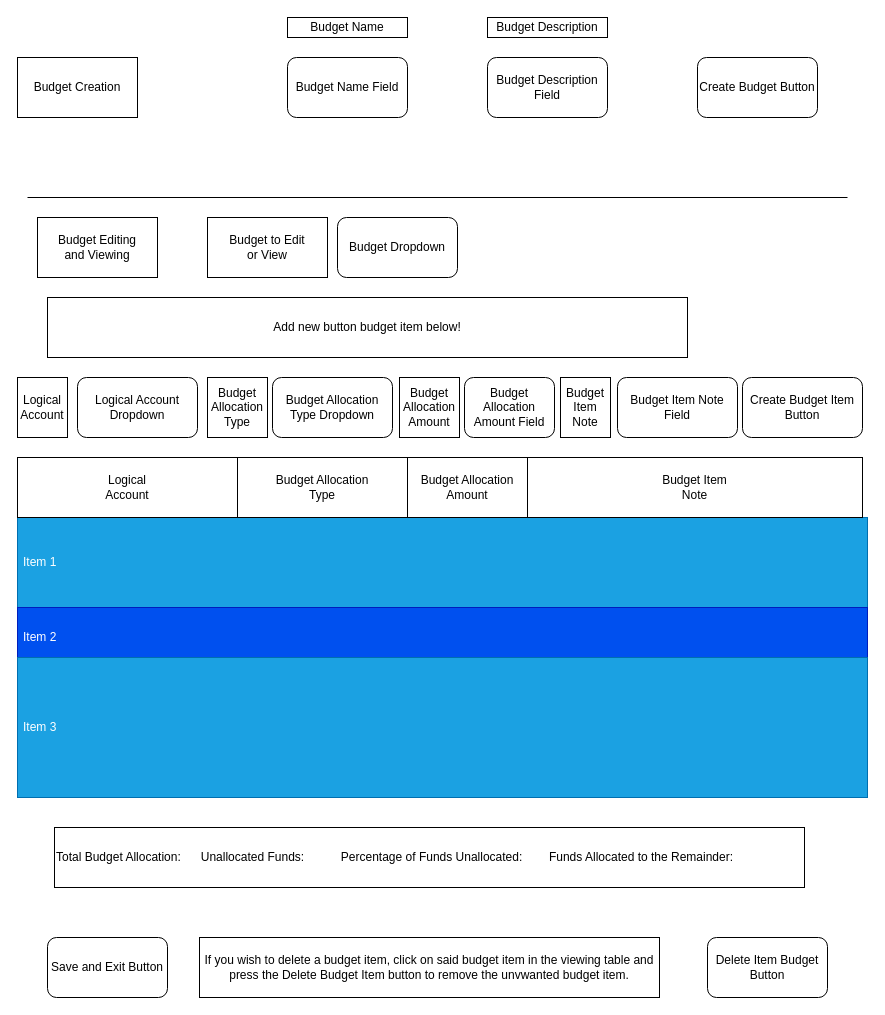
The draw.io diagram page "Budgeting UI Rought Draft" (3 of 3) of Budgeting UI.drawio in Trenton-Gibson/Python-Finance-Project, before the edit. Source tidied: cells renumbered, new cells numbered last; positions are measured from the earlier drawing's top-left corner, leaving out a move shared by most shapes. Both pictures are drawn from the tidied source at 100%, with x=0, y=0 at pixel (17, 17).
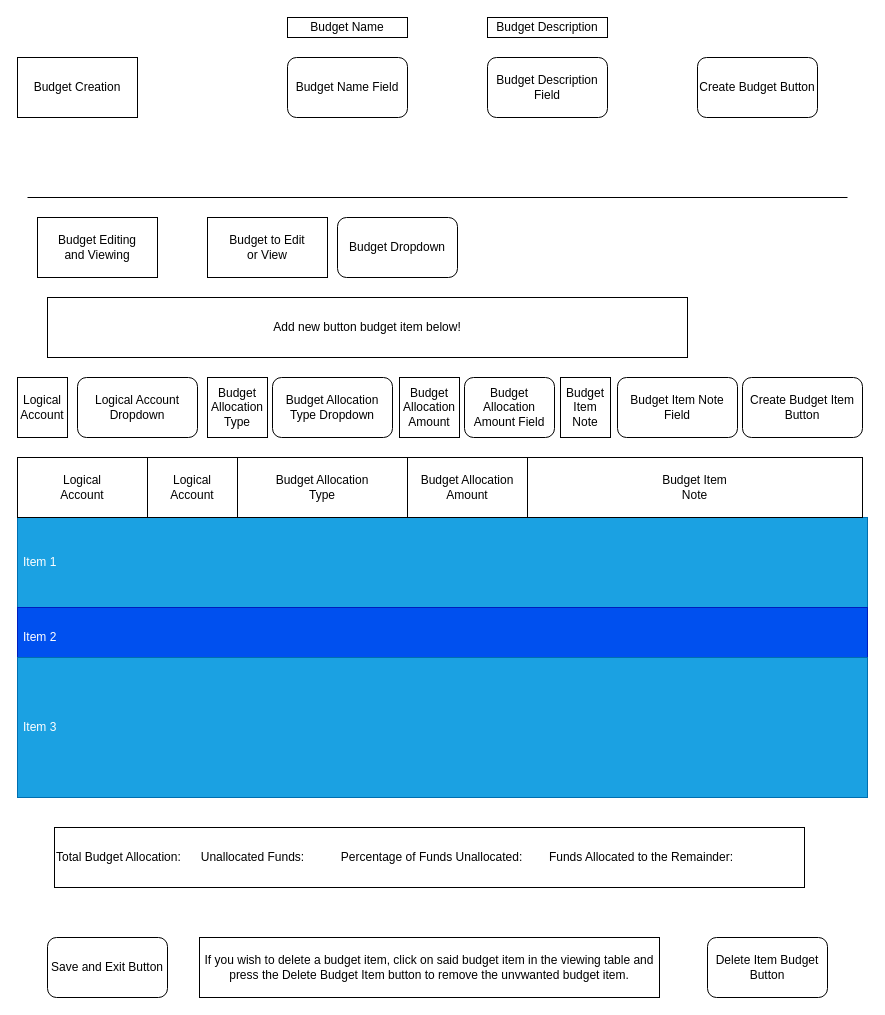
After the change.

Diff of the diagram source:
```diff
@@
     <mxCell id="29" value="Logical&lt;br&gt;Account" style="rounded=0;whiteSpace=wrap;html=1;" parent="1" vertex="1">
-      <mxGeometry y="440" width="220" height="60" as="geometry" />
+      <mxGeometry x="130" y="440" width="90" height="60" as="geometry" />
     </mxCell>
@@
+    <mxCell id="33" value="Logical&lt;br&gt;Account" style="rounded=0;whiteSpace=wrap;html=1;" parent="1" vertex="1">
+      <mxGeometry y="440" width="130" height="60" as="geometry" />
+    </mxCell>
```
